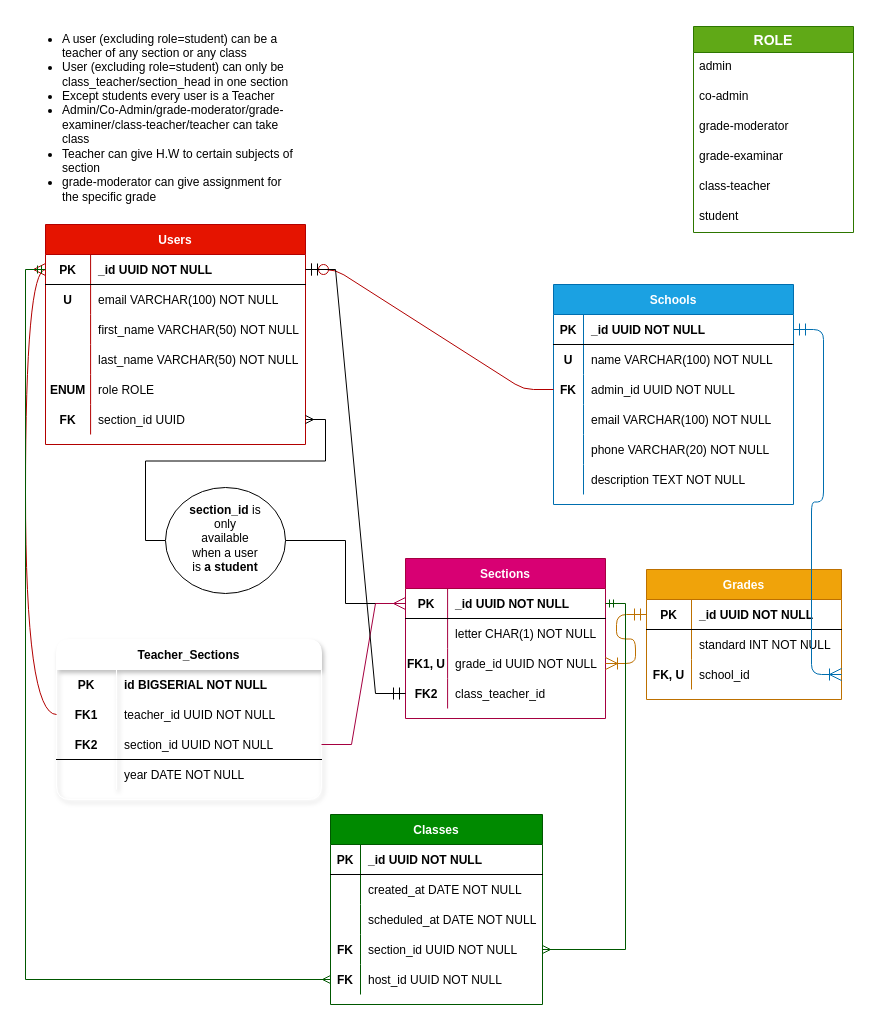
Earlier version of the draw.io diagram veschool-entity-relation.drawio (KRTirtho/veschool-diagrams). Source tidied: cells renumbered, new cells numbered last; positions are measured from the earlier drawing's top-left corner, leaving out a move shared by most shapes. Both pictures are drawn from the tidied source at 100%, with x=0, y=0 at pixel (20, 17).
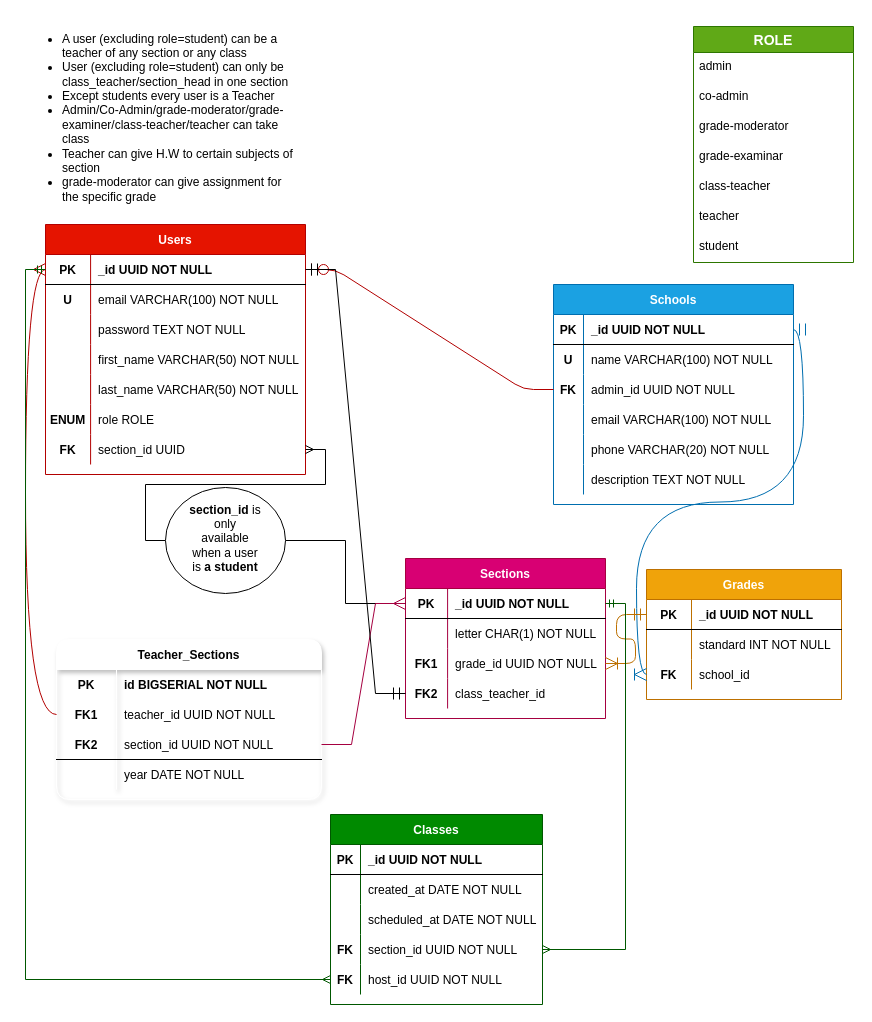
After the change.

The change refers to these unchanged cells:
```xml
<mxCell id="22" style="shape=partialRectangle;fillColor=none;top=0;left=0;bottom=1;right=0;points=[[0,0.5],[1,0.5]];portConstraint=eastwest;" parent="21" vertex="1">
  <mxGeometry y="30" width="240" height="30" as="geometry" />
</mxCell>
<mxCell id="47" style="shape=partialRectangle;fillColor=none;top=0;left=0;bottom=0;right=0;points=[[0,0.5],[1,0.5]];portConstraint=eastwest;" parent="40" vertex="1">
  <mxGeometry y="90" width="195" height="30" as="geometry" />
</mxCell>
<mxCell id="57" style="shape=partialRectangle;fillColor=none;top=0;left=0;bottom=0;right=0;points=[[0,0.5],[1,0.5]];portConstraint=eastwest;" parent="50" vertex="1">
  <mxGeometry y="90" width="200" height="30" as="geometry" />
</mxCell>
```

The edit, as a diff of the source:
```diff
@@
     <mxCell id="2" value="Users" style="shape=table;startSize=30;childLayout=tableLayout;rowLines=0;fontStyle=1;align=center;fillColor=#e51400;strokeColor=#B20000;fontColor=#ffffff;" parent="1" vertex="1">
-      <mxGeometry x="25" y="207" width="260" height="220" as="geometry" />
+      <mxGeometry x="25" y="207" width="260" height="250" as="geometry" />
     </mxCell>
@@
+    <mxCell id="113" style="shape=partialRectangle;fillColor=none;top=0;left=0;bottom=0;right=0;" parent="2" vertex="1">
+      <mxGeometry y="90" width="260" height="30" as="geometry" />
+    </mxCell>
+    <mxCell id="114" style="shape=partialRectangle;fillColor=none;top=0;left=0;bottom=0;right=0;overflow=hidden;" parent="113" vertex="1">
+      <mxGeometry width="45.1" height="30" as="geometry" />
+    </mxCell>
+    <mxCell id="115" value="password TEXT NOT NULL" style="shape=partialRectangle;fillColor=none;top=0;left=0;bottom=0;right=0;align=left;spacingLeft=6;overflow=hidden;" parent="113" vertex="1">
+      <mxGeometry x="45.1" width="214.9" height="30" as="geometry" />
+    </mxCell>
     <mxCell id="9" style="shape=partialRectangle;fillColor=none;top=0;left=0;bottom=0;right=0;" parent="2" vertex="1">
-      <mxGeometry y="90" width="260" height="30" as="geometry" />
+      <mxGeometry y="120" width="260" height="30" as="geometry" />
     </mxCell>
@@
     <mxCell id="12" style="shape=partialRectangle;fillColor=none;top=0;left=0;bottom=0;right=0;" parent="2" vertex="1">
-      <mxGeometry y="120" width="260" height="30" as="geometry" />
+      <mxGeometry y="150" width="260" height="30" as="geometry" />
     </mxCell>
@@
     <mxCell id="15" style="shape=partialRectangle;fillColor=none;top=0;left=0;bottom=0;right=0;" parent="2" vertex="1">
-      <mxGeometry y="150" width="260" height="30" as="geometry" />
+      <mxGeometry y="180" width="260" height="30" as="geometry" />
     </mxCell>
@@
     <mxCell id="18" style="shape=partialRectangle;fillColor=none;top=0;left=0;bottom=0;right=0;points=[[0,0.5],[1,0.5]];portConstraint=eastwest;" parent="2" vertex="1">
-      <mxGeometry y="180" width="260" height="30" as="geometry" />
+      <mxGeometry y="210" width="260" height="30" as="geometry" />
     </mxCell>
@@
-    <mxCell id="48" value="FK, U" style="shape=partialRectangle;fillColor=none;top=0;left=0;bottom=0;right=0;overflow=hidden;fontStyle=1;" parent="47" vertex="1">
+    <mxCell id="48" value="FK" style="shape=partialRectangle;fillColor=none;top=0;left=0;bottom=0;right=0;overflow=hidden;fontStyle=1;" parent="47" vertex="1">
       <mxGeometry width="45" height="30" as="geometry" />
     </mxCell>
@@
-    <mxCell id="58" value="FK1, U" style="shape=partialRectangle;fillColor=none;top=0;left=0;bottom=0;right=0;overflow=hidden;fontStyle=1;" parent="57" vertex="1">
+    <mxCell id="58" value="FK1" style="shape=partialRectangle;fillColor=none;top=0;left=0;bottom=0;right=0;overflow=hidden;fontStyle=1;" parent="57" vertex="1">
       <mxGeometry width="42.1" height="30" as="geometry" />
     </mxCell>
@@
     <mxCell id="63" value="ROLE" style="swimlane;fontStyle=1;horizontal=1;startSize=26;align=center;fontSize=14;glass=0;rounded=0;shadow=0;sketch=0;swimlaneLine=1;fillColor=#60a917;strokeColor=#2D7600;fontColor=#ffffff;" parent="1" vertex="1">
-      <mxGeometry x="673" y="9" width="160" height="206" as="geometry" />
+      <mxGeometry x="673" y="9" width="160" height="236" as="geometry" />
     </mxCell>
@@
+    <mxCell id="116" value="teacher" style="text;strokeColor=none;fillColor=none;spacingLeft=4;spacingRight=4;overflow=hidden;fontSize=12;" parent="63" vertex="1">
+      <mxGeometry y="176" width="160" height="30" as="geometry" />
+    </mxCell>
     <mxCell id="69" value="student" style="text;strokeColor=none;fillColor=none;spacingLeft=4;spacingRight=4;overflow=hidden;fontSize=12;" parent="63" vertex="1">
-      <mxGeometry y="176" width="160" height="30" as="geometry" />
+      <mxGeometry y="206" width="160" height="30" as="geometry" />
     </mxCell>
@@
-    <mxCell id="71" style="edgeStyle=entityRelationEdgeStyle;fontSize=12;html=1;endArrow=ERoneToMany;startArrow=ERmandOne;fillColor=#1ba1e2;strokeColor=#006EAF;startSize=10;endSize=10;" parent="1" edge="1" source="22">
-      <mxGeometry relative="1" as="geometry">
-        <mxPoint x="821" y="657" as="targetPoint" />
-      </mxGeometry>
+    <mxCell id="71" style="edgeStyle=orthogonalEdgeStyle;fontSize=12;html=1;endArrow=ERoneToMany;startArrow=ERmandOne;fillColor=#1ba1e2;strokeColor=#006EAF;startSize=10;endSize=10;entryX=0;entryY=0.5;entryDx=0;entryDy=0;curved=1;" parent="1" edge="1" source="22" target="47">
+      <mxGeometry relative="1" as="geometry" />
     </mxCell>
```
